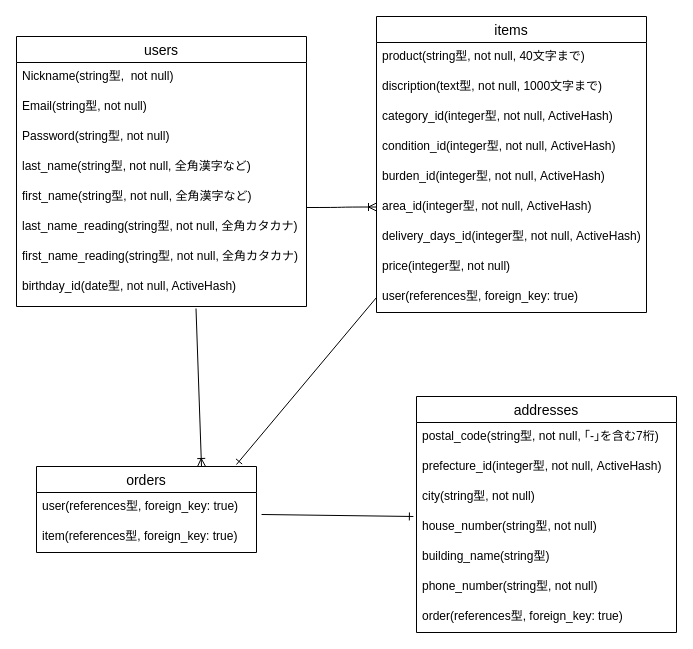
Earlier version of the draw.io diagram test.dio (Suguhito65/furima-31095). Source tidied: cells renumbered, new cells numbered last; positions are measured from the earlier drawing's top-left corner, leaving out a move shared by most shapes. Both pictures are drawn from the tidied source at 100%, with x=0, y=0 at pixel (16, 16).
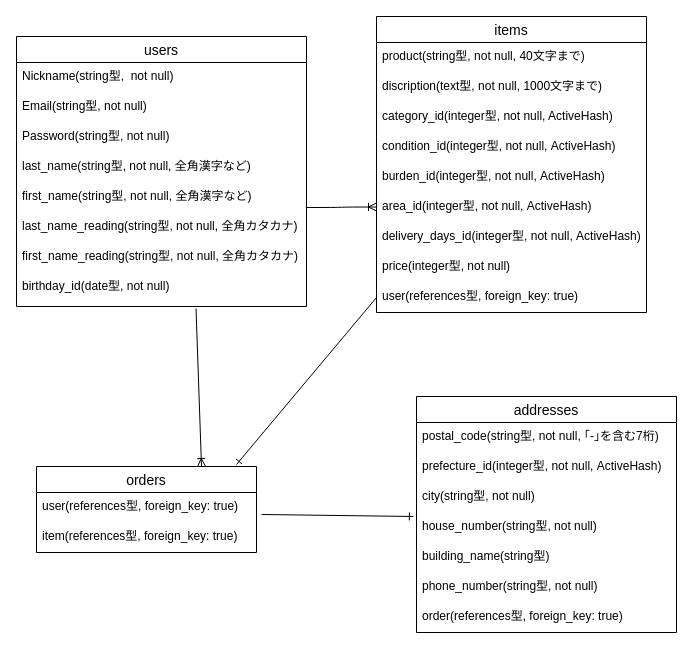
Above is the later version.

Commit message (it also covers changes not shown here):
ER図とREADMEの再修正

Unchanged cells that the change refers to:
```xml
<mxCell id="27" value="users" style="swimlane;fontStyle=0;horizontal=1;startSize=26;align=center;fontSize=14;" parent="1" vertex="1">
  <mxGeometry y="20" width="290" height="270" as="geometry" />
</mxCell>
```

Change to the diagram source:
```diff
@@
-    <mxCell id="35" value="birthday_id(date型, not null, ActiveHash)" style="text;strokeColor=none;fillColor=none;spacingLeft=4;spacingRight=4;overflow=hidden;points=[[0,0.5],[1,0.5]];portConstraint=eastwest;fontSize=12;" parent="27" vertex="1">
+    <mxCell id="35" value="birthday_id(date型, not null)" style="text;strokeColor=none;fillColor=none;spacingLeft=4;spacingRight=4;overflow=hidden;points=[[0,0.5],[1,0.5]];portConstraint=eastwest;fontSize=12;" parent="27" vertex="1">
       <mxGeometry y="236" width="290" height="34" as="geometry" />
     </mxCell>
```
